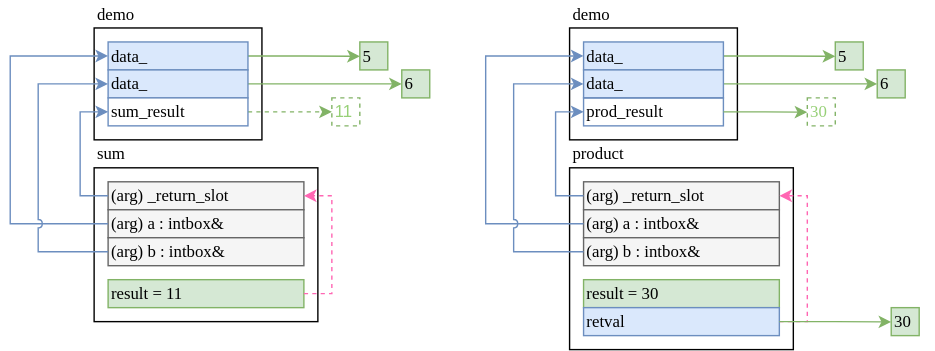
This is projects/cpp-basics/slides/assets/return_slots.drawio.svg from sydney-quant-traders/sqt-education, a draw.io export, as it was before one commit. Source tidied: cells renumbered, new cells last; positions are measured from the earlier drawing's top-left corner, leaving out a move shared by most shapes.
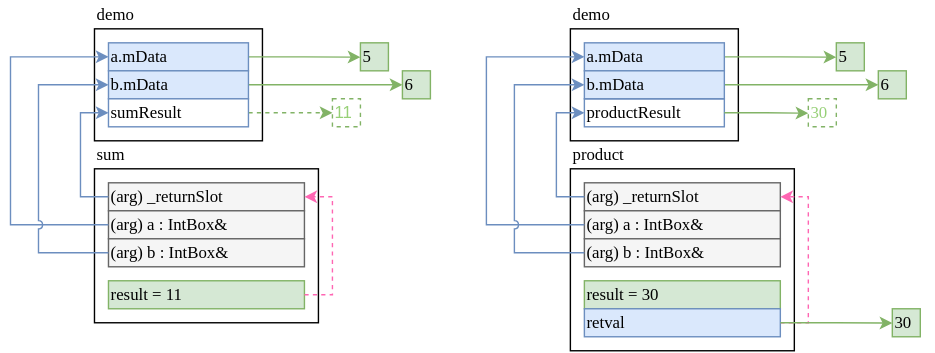
The same diagram one commit later.

What changed in the source:
```diff
@@ -14,7 +14,7 @@
     <mxCell id="5" style="rounded=0;whiteSpace=wrap;html=1;fillColor=#f5f5f5;strokeColor=#666666;fontColor=#333333;" parent="1" vertex="1">
       <mxGeometry x="70" y="130" width="140" height="20" as="geometry" />
     </mxCell>
-    <mxCell id="6" value="&lt;font face=&quot;Lucida Console&quot;&gt;(arg)&amp;nbsp;&lt;/font&gt;&lt;font face=&quot;Lucida Console&quot;&gt;_return_slot&lt;/font&gt;" style="text;html=1;whiteSpace=wrap;strokeColor=none;fillColor=none;align=left;verticalAlign=middle;rounded=0;" parent="1" vertex="1">
+    <mxCell id="6" value="&lt;font face=&quot;Lucida Console&quot;&gt;(arg)&amp;nbsp;&lt;/font&gt;&lt;font face=&quot;Lucida Console&quot;&gt;_returnSlot&lt;/font&gt;" style="text;html=1;whiteSpace=wrap;strokeColor=none;fillColor=none;align=left;verticalAlign=middle;rounded=0;" parent="1" vertex="1">
       <mxGeometry x="70" y="130" width="140" height="20" as="geometry" />
     </mxCell>
     <mxCell id="7" value="&lt;font face=&quot;Lucida Console&quot;&gt;sum&lt;/font&gt;" style="text;html=1;whiteSpace=wrap;strokeColor=none;fillColor=none;align=left;verticalAlign=middle;rounded=0;" parent="1" vertex="1">
@@ -34,7 +34,7 @@
     <mxCell id="11" value="&lt;div align=&quot;left&quot;&gt;&lt;br&gt;&lt;/div&gt;" style="rounded=0;whiteSpace=wrap;html=1;align=left;fillColor=#dae8fc;strokeColor=#6c8ebf;" parent="1" vertex="1">
       <mxGeometry x="70" y="30" width="100" height="20" as="geometry" />
     </mxCell>
-    <mxCell id="12" value="&lt;div align=&quot;left&quot;&gt;&lt;font face=&quot;Lucida Console&quot;&gt;data_&lt;/font&gt;&lt;/div&gt;" style="text;html=1;whiteSpace=wrap;strokeColor=none;fillColor=none;align=left;verticalAlign=middle;rounded=0;" parent="1" vertex="1">
+    <mxCell id="12" value="&lt;div align=&quot;left&quot;&gt;&lt;font face=&quot;Lucida Console&quot;&gt;a.mData&lt;/font&gt;&lt;/div&gt;" style="text;html=1;whiteSpace=wrap;strokeColor=none;fillColor=none;align=left;verticalAlign=middle;rounded=0;" parent="1" vertex="1">
       <mxGeometry x="70" y="30" width="90" height="20" as="geometry" />
     </mxCell>
     <mxCell id="13" style="edgeStyle=orthogonalEdgeStyle;rounded=0;jettySize=auto;html=1;exitX=1;exitY=0.5;exitDx=0;exitDy=0;entryX=0;entryY=0.5;entryDx=0;entryDy=0;fillColor=#d5e8d4;strokeColor=#82b366;" parent="1" edge="1" source="14" target="29">
@@ -43,7 +43,7 @@
     <mxCell id="14" value="&lt;div align=&quot;left&quot;&gt;&lt;br&gt;&lt;/div&gt;" style="rounded=0;whiteSpace=wrap;html=1;align=left;fillColor=#dae8fc;strokeColor=#6c8ebf;" parent="1" vertex="1">
       <mxGeometry x="70" y="50" width="100" height="20" as="geometry" />
     </mxCell>
-    <mxCell id="15" value="&lt;div align=&quot;left&quot;&gt;&lt;font face=&quot;Lucida Console&quot;&gt;data_&lt;/font&gt;&lt;/div&gt;" style="text;html=1;whiteSpace=wrap;strokeColor=none;fillColor=none;align=left;verticalAlign=middle;rounded=0;" parent="1" vertex="1">
+    <mxCell id="15" value="&lt;div align=&quot;left&quot;&gt;&lt;font face=&quot;Lucida Console&quot;&gt;b.mData&lt;/font&gt;&lt;/div&gt;" style="text;html=1;whiteSpace=wrap;strokeColor=none;fillColor=none;align=left;verticalAlign=middle;rounded=0;" parent="1" vertex="1">
       <mxGeometry x="70" y="50" width="90" height="20" as="geometry" />
     </mxCell>
     <mxCell id="16" value="&lt;div align=&quot;left&quot;&gt;&lt;br&gt;&lt;/div&gt;" style="rounded=0;whiteSpace=wrap;html=1;align=left;fillColor=#d5e8d4;strokeColor=#82b366;" parent="1" vertex="1">
@@ -75,7 +75,7 @@
         </Array>
       </mxGeometry>
     </mxCell>
-    <mxCell id="24" value="&lt;font face=&quot;Lucida Console&quot;&gt;(arg) a : intbox&amp;amp;&lt;/font&gt;" style="text;html=1;whiteSpace=wrap;strokeColor=none;fillColor=none;align=left;verticalAlign=middle;rounded=0;" parent="1" vertex="1">
+    <mxCell id="24" value="&lt;font face=&quot;Lucida Console&quot;&gt;(arg) a : IntBox&amp;amp;&lt;/font&gt;" style="text;html=1;whiteSpace=wrap;strokeColor=none;fillColor=none;align=left;verticalAlign=middle;rounded=0;" parent="1" vertex="1">
       <mxGeometry x="70" y="150" width="130" height="20" as="geometry" />
     </mxCell>
     <mxCell id="25" style="edgeStyle=orthogonalEdgeStyle;rounded=0;jettySize=auto;html=1;exitX=0;exitY=0.5;exitDx=0;exitDy=0;entryX=0;entryY=0.5;entryDx=0;entryDy=0;fillColor=#dae8fc;strokeColor=#6c8ebf;jumpStyle=arc;" parent="1" edge="1" source="26" target="15">
@@ -86,13 +86,13 @@
         </Array>
       </mxGeometry>
     </mxCell>
-    <mxCell id="26" value="&lt;font face=&quot;Lucida Console&quot;&gt;(arg) b : intbox&amp;amp;&lt;/font&gt;" style="text;html=1;whiteSpace=wrap;strokeColor=none;fillColor=none;align=left;verticalAlign=middle;rounded=0;" parent="1" vertex="1">
+    <mxCell id="26" value="&lt;font face=&quot;Lucida Console&quot;&gt;(arg) b : IntBox&amp;amp;&lt;/font&gt;" style="text;html=1;whiteSpace=wrap;strokeColor=none;fillColor=none;align=left;verticalAlign=middle;rounded=0;" parent="1" vertex="1">
       <mxGeometry x="70" y="170" width="130" height="20" as="geometry" />
     </mxCell>
     <mxCell id="27" style="edgeStyle=orthogonalEdgeStyle;rounded=0;jettySize=auto;html=1;exitX=0;exitY=0.5;exitDx=0;exitDy=0;entryX=0;entryY=0.5;entryDx=0;entryDy=0;fillColor=#dae8fc;strokeColor=#6c8ebf;" parent="1" edge="1" source="6" target="20">
       <mxGeometry relative="1" as="geometry" />
     </mxCell>
-    <mxCell id="28" value="&lt;div align=&quot;left&quot;&gt;&lt;font face=&quot;Lucida Console&quot;&gt;sum_result&lt;/font&gt;&lt;/div&gt;" style="text;html=1;whiteSpace=wrap;strokeColor=none;fillColor=none;align=left;verticalAlign=middle;rounded=0;" parent="1" vertex="1">
+    <mxCell id="28" value="&lt;div align=&quot;left&quot;&gt;&lt;font face=&quot;Lucida Console&quot;&gt;sumResult&lt;/font&gt;&lt;/div&gt;" style="text;html=1;whiteSpace=wrap;strokeColor=none;fillColor=none;align=left;verticalAlign=middle;rounded=0;" parent="1" vertex="1">
       <mxGeometry x="70" y="70" width="90" height="20" as="geometry" />
     </mxCell>
     <mxCell id="29" value="&lt;font face=&quot;Lucida Console&quot;&gt;6&lt;/font&gt;" style="text;html=1;whiteSpace=wrap;strokeColor=none;fillColor=none;align=left;verticalAlign=middle;rounded=0;" parent="1" vertex="1">
@@ -110,7 +110,7 @@
     <mxCell id="33" style="rounded=0;whiteSpace=wrap;html=1;fillColor=#f5f5f5;strokeColor=#666666;fontColor=#333333;" parent="1" vertex="1">
       <mxGeometry x="410" y="130" width="140" height="20" as="geometry" />
     </mxCell>
-    <mxCell id="34" value="&lt;font face=&quot;Lucida Console&quot;&gt;(arg)&amp;nbsp;&lt;/font&gt;&lt;font face=&quot;Lucida Console&quot;&gt;_return_slot&lt;/font&gt;" style="text;html=1;whiteSpace=wrap;strokeColor=none;fillColor=none;align=left;verticalAlign=middle;rounded=0;" parent="1" vertex="1">
+    <mxCell id="34" value="&lt;font face=&quot;Lucida Console&quot;&gt;(arg)&amp;nbsp;&lt;/font&gt;&lt;font face=&quot;Lucida Console&quot;&gt;_returnSlot&lt;/font&gt;" style="text;html=1;whiteSpace=wrap;strokeColor=none;fillColor=none;align=left;verticalAlign=middle;rounded=0;" parent="1" vertex="1">
       <mxGeometry x="410" y="130" width="140" height="20" as="geometry" />
     </mxCell>
     <mxCell id="35" value="&lt;font face=&quot;Lucida Console&quot;&gt;product&lt;/font&gt;" style="text;html=1;whiteSpace=wrap;strokeColor=none;fillColor=none;align=left;verticalAlign=middle;rounded=0;" parent="1" vertex="1">
@@ -130,7 +130,7 @@
     <mxCell id="39" value="&lt;div align=&quot;left&quot;&gt;&lt;br&gt;&lt;/div&gt;" style="rounded=0;whiteSpace=wrap;html=1;align=left;fillColor=#dae8fc;strokeColor=#6c8ebf;" parent="1" vertex="1">
       <mxGeometry x="410" y="30" width="100" height="20" as="geometry" />
     </mxCell>
-    <mxCell id="40" value="&lt;div align=&quot;left&quot;&gt;&lt;font face=&quot;Lucida Console&quot;&gt;data_&lt;/font&gt;&lt;/div&gt;" style="text;html=1;whiteSpace=wrap;strokeColor=none;fillColor=none;align=left;verticalAlign=middle;rounded=0;" parent="1" vertex="1">
+    <mxCell id="40" value="&lt;font face=&quot;Lucida Console&quot;&gt;a.mData&lt;/font&gt;" style="text;html=1;whiteSpace=wrap;strokeColor=none;fillColor=none;align=left;verticalAlign=middle;rounded=0;" parent="1" vertex="1">
       <mxGeometry x="410" y="30" width="90" height="20" as="geometry" />
     </mxCell>
     <mxCell id="41" style="edgeStyle=orthogonalEdgeStyle;rounded=0;jettySize=auto;html=1;exitX=1;exitY=0.5;exitDx=0;exitDy=0;entryX=0;entryY=0.5;entryDx=0;entryDy=0;fillColor=#d5e8d4;strokeColor=#82b366;" parent="1" edge="1" source="42" target="57">
@@ -139,7 +139,7 @@
     <mxCell id="42" value="&lt;div align=&quot;left&quot;&gt;&lt;br&gt;&lt;/div&gt;" style="rounded=0;whiteSpace=wrap;html=1;align=left;fillColor=#dae8fc;strokeColor=#6c8ebf;" parent="1" vertex="1">
       <mxGeometry x="410" y="50" width="100" height="20" as="geometry" />
     </mxCell>
-    <mxCell id="43" value="&lt;div align=&quot;left&quot;&gt;&lt;font face=&quot;Lucida Console&quot;&gt;data_&lt;/font&gt;&lt;/div&gt;" style="text;html=1;whiteSpace=wrap;strokeColor=none;fillColor=none;align=left;verticalAlign=middle;rounded=0;" parent="1" vertex="1">
+    <mxCell id="43" value="&lt;font face=&quot;Lucida Console&quot;&gt;b.mData&lt;/font&gt;" style="text;html=1;whiteSpace=wrap;strokeColor=none;fillColor=none;align=left;verticalAlign=middle;rounded=0;" parent="1" vertex="1">
       <mxGeometry x="410" y="50" width="90" height="20" as="geometry" />
     </mxCell>
     <mxCell id="44" value="&lt;div align=&quot;left&quot;&gt;&lt;br&gt;&lt;/div&gt;" style="rounded=0;whiteSpace=wrap;html=1;align=left;fillColor=#d5e8d4;strokeColor=#82b366;" parent="1" vertex="1">
@@ -168,7 +168,7 @@
         </Array>
       </mxGeometry>
     </mxCell>
-    <mxCell id="51" value="&lt;font face=&quot;Lucida Console&quot;&gt;(arg) a : intbox&amp;amp;&lt;/font&gt;" style="text;html=1;whiteSpace=wrap;strokeColor=none;fillColor=none;align=left;verticalAlign=middle;rounded=0;" parent="1" vertex="1">
+    <mxCell id="51" value="&lt;font face=&quot;Lucida Console&quot;&gt;(arg) a : IntBox&amp;amp;&lt;/font&gt;" style="text;html=1;whiteSpace=wrap;strokeColor=none;fillColor=none;align=left;verticalAlign=middle;rounded=0;" parent="1" vertex="1">
       <mxGeometry x="410" y="150" width="130" height="20" as="geometry" />
     </mxCell>
     <mxCell id="52" style="edgeStyle=orthogonalEdgeStyle;rounded=0;jettySize=auto;html=1;exitX=0;exitY=0.5;exitDx=0;exitDy=0;entryX=0;entryY=0.5;entryDx=0;entryDy=0;fillColor=#dae8fc;strokeColor=#6c8ebf;jumpStyle=arc;" parent="1" edge="1" source="53" target="43">
@@ -179,7 +179,7 @@
         </Array>
       </mxGeometry>
     </mxCell>
-    <mxCell id="53" value="&lt;font face=&quot;Lucida Console&quot;&gt;(arg) b : intbox&amp;amp;&lt;/font&gt;" style="text;html=1;whiteSpace=wrap;strokeColor=none;fillColor=none;align=left;verticalAlign=middle;rounded=0;" parent="1" vertex="1">
+    <mxCell id="53" value="&lt;font face=&quot;Lucida Console&quot;&gt;(arg) b : IntBox&amp;amp;&lt;/font&gt;" style="text;html=1;whiteSpace=wrap;strokeColor=none;fillColor=none;align=left;verticalAlign=middle;rounded=0;" parent="1" vertex="1">
       <mxGeometry x="410" y="170" width="130" height="20" as="geometry" />
     </mxCell>
     <mxCell id="54" style="edgeStyle=orthogonalEdgeStyle;rounded=0;jettySize=auto;html=1;exitX=0;exitY=0.5;exitDx=0;exitDy=0;entryX=0;entryY=0.5;entryDx=0;entryDy=0;fillColor=#dae8fc;strokeColor=#6c8ebf;" parent="1" edge="1" source="34" target="47">
@@ -190,7 +190,7 @@
         <mxPoint x="570" y="80.2" as="targetPoint" />
       </mxGeometry>
     </mxCell>
-    <mxCell id="56" value="&lt;div align=&quot;left&quot;&gt;&lt;font face=&quot;Lucida Console&quot;&gt;prod_result&lt;/font&gt;&lt;/div&gt;" style="text;html=1;whiteSpace=wrap;strokeColor=none;fillColor=none;align=left;verticalAlign=middle;rounded=0;" parent="1" vertex="1">
+    <mxCell id="56" value="&lt;font face=&quot;Lucida Console&quot;&gt;productResult&lt;/font&gt;" style="text;html=1;whiteSpace=wrap;strokeColor=none;fillColor=none;align=left;verticalAlign=middle;rounded=0;" parent="1" vertex="1">
       <mxGeometry x="410" y="70" width="100" height="20" as="geometry" />
     </mxCell>
     <mxCell id="57" value="&lt;font face=&quot;Lucida Console&quot;&gt;6&lt;/font&gt;" style="text;html=1;whiteSpace=wrap;strokeColor=none;fillColor=none;align=left;verticalAlign=middle;rounded=0;" parent="1" vertex="1">
```
